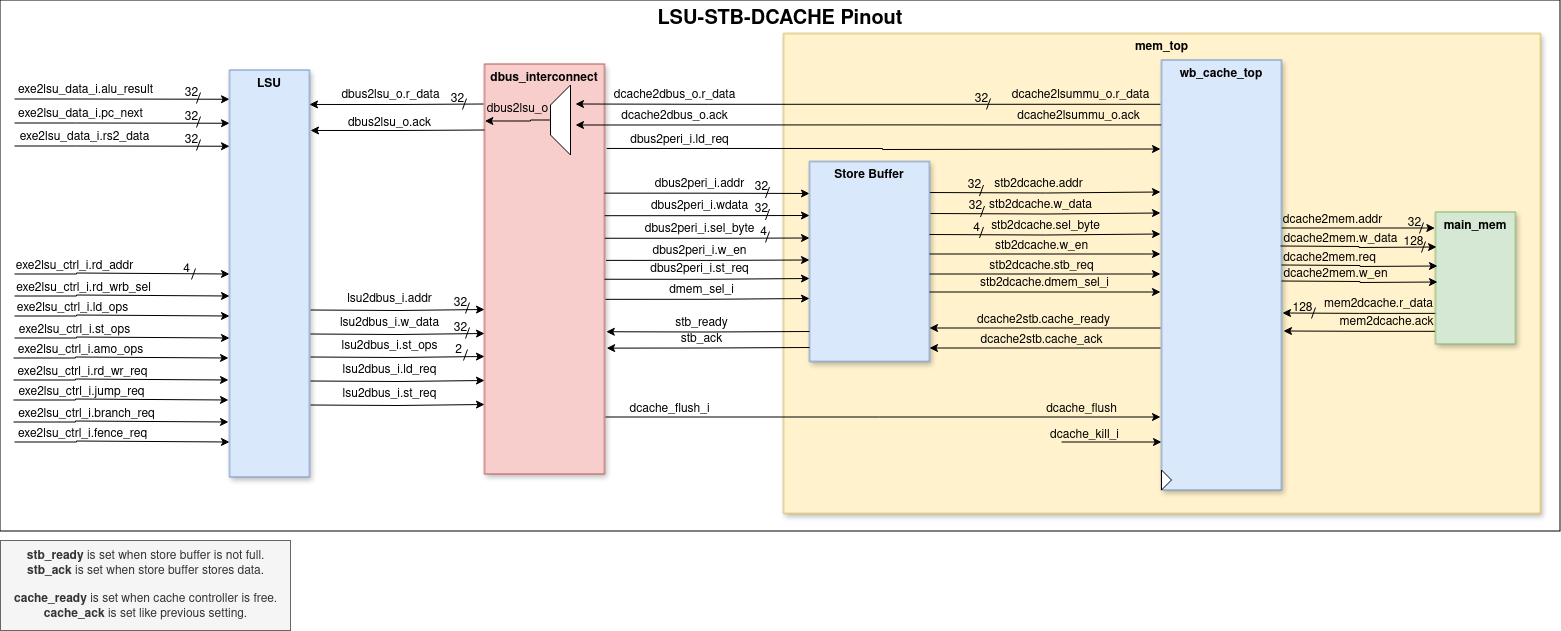
The draw.io diagram docs/pinout-lsu-stb-dcache.png in Fazail333/Store-Buffer, before a commit. Source tidied: cells renumbered, new cells last; positions are measured from the earlier drawing's top-left corner, leaving out a move shared by most shapes.
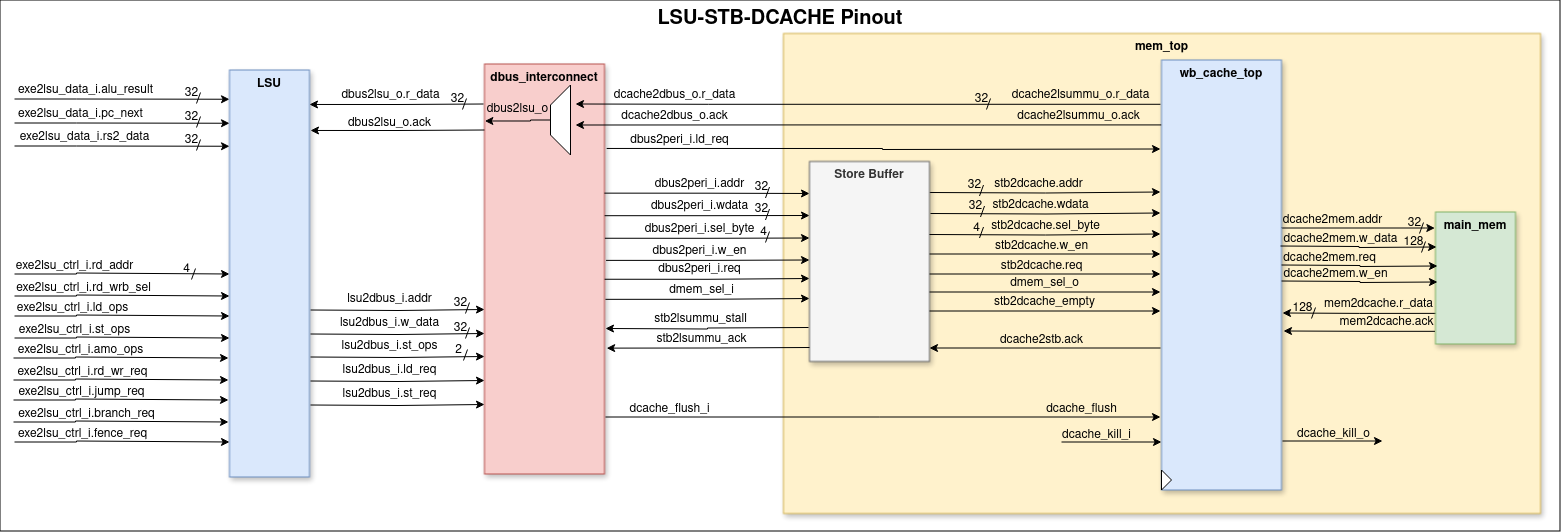
Above is the later version.

Commit message:
Added store buffer diagrams

Diff of the diagram source:
```diff
@@ -36,7 +36,7 @@
       </mxGeometry>
     </mxCell>
     <mxCell id="9" value="dcache_kill_i" style="text;html=1;align=center;verticalAlign=middle;strokeColor=none;fillColor=none;" parent="1" vertex="1">
-      <mxGeometry x="1039" y="419.5" width="90" height="30" as="geometry" />
+      <mxGeometry x="1051" y="419.5" width="90" height="30" as="geometry" />
     </mxCell>
     <mxCell id="10" style="edgeStyle=orthogonalEdgeStyle;rounded=0;jettySize=auto;html=1;exitX=1;exitY=0.5;exitDx=0;exitDy=0;entryX=-0.008;entryY=0.122;entryDx=0;entryDy=0;entryPerimeter=0;" parent="1" edge="1" target="64">
       <mxGeometry relative="1" as="geometry">
@@ -483,7 +483,7 @@
         <mxPoint x="1160" y="191.5" as="targetPoint" />
       </mxGeometry>
     </mxCell>
-    <mxCell id="99" value="Store Buffer" style="rounded=0;whiteSpace=wrap;html=1;verticalAlign=top;fontStyle=1;fillColor=#dae8fc;strokeColor=#6c8ebf;shadow=1;" parent="1" vertex="1">
+    <mxCell id="99" value="Store Buffer" style="rounded=0;whiteSpace=wrap;html=1;verticalAlign=top;fontStyle=1;fillColor=#f5f5f5;strokeColor=#666666;shadow=1;fontColor=#333333;" parent="1" vertex="1">
       <mxGeometry x="809" y="161" width="120" height="200" as="geometry" />
     </mxCell>
     <mxCell id="100" value="dbus2peri_i.addr" style="text;html=1;align=center;verticalAlign=middle;strokeColor=none;fillColor=none;" parent="1" vertex="1">
@@ -545,8 +545,8 @@
         <mxPoint x="809" y="278" as="targetPoint" />
       </mxGeometry>
     </mxCell>
-    <mxCell id="114" value="dbus2peri_i.st_req" style="text;html=1;align=center;verticalAlign=middle;strokeColor=none;fillColor=none;" parent="1" vertex="1">
-      <mxGeometry x="639" y="254" width="120" height="30" as="geometry" />
+    <mxCell id="114" value="dbus2peri_i.req" style="text;html=1;align=center;verticalAlign=middle;strokeColor=none;fillColor=none;" parent="1" vertex="1">
+      <mxGeometry x="644" y="254" width="110" height="30" as="geometry" />
     </mxCell>
     <mxCell id="115" style="edgeStyle=orthogonalEdgeStyle;rounded=0;jettySize=auto;html=1;entryX=0;entryY=0.25;entryDx=0;entryDy=0;exitX=1.008;exitY=0.574;exitDx=0;exitDy=0;exitPerimeter=0;" parent="1" edge="1" source="3">
       <mxGeometry relative="1" as="geometry">
@@ -556,21 +556,13 @@
     <mxCell id="116" value="dcache_flush_i" style="text;html=1;align=center;verticalAlign=middle;strokeColor=none;fillColor=none;" parent="1" vertex="1">
       <mxGeometry x="619" y="393.5" width="100" height="30" as="geometry" />
     </mxCell>
-    <mxCell id="117" style="edgeStyle=orthogonalEdgeStyle;rounded=0;jettySize=auto;html=1;entryX=1.015;entryY=0.653;entryDx=0;entryDy=0;entryPerimeter=0;" parent="1" edge="1" target="3">
-      <mxGeometry relative="1" as="geometry">
-        <mxPoint x="809" y="331" as="sourcePoint" />
-      </mxGeometry>
-    </mxCell>
-    <mxCell id="118" value="stb_ready" style="text;html=1;align=center;verticalAlign=middle;strokeColor=none;fillColor=none;" parent="1" vertex="1">
-      <mxGeometry x="661" y="308" width="80" height="30" as="geometry" />
-    </mxCell>
     <mxCell id="119" style="edgeStyle=orthogonalEdgeStyle;rounded=0;jettySize=auto;html=1;entryX=1.018;entryY=0.693;entryDx=0;entryDy=0;entryPerimeter=0;" parent="1" edge="1" target="3">
       <mxGeometry relative="1" as="geometry">
         <mxPoint x="809" y="347" as="sourcePoint" />
       </mxGeometry>
     </mxCell>
-    <mxCell id="120" value="stb_ack" style="text;html=1;align=center;verticalAlign=middle;strokeColor=none;fillColor=none;" parent="1" vertex="1">
-      <mxGeometry x="671" y="324" width="60" height="30" as="geometry" />
+    <mxCell id="120" value="stb2lsummu_ack" style="text;html=1;align=center;verticalAlign=middle;strokeColor=none;fillColor=none;" parent="1" vertex="1">
+      <mxGeometry x="646" y="324" width="110" height="30" as="geometry" />
     </mxCell>
     <mxCell id="121" value="stb2dcache.addr" style="text;html=1;align=center;verticalAlign=middle;strokeColor=none;fillColor=none;" parent="1" vertex="1">
       <mxGeometry x="983" y="169" width="110" height="30" as="geometry" />
@@ -590,8 +582,8 @@
         <mxPoint x="1160" y="212.5" as="targetPoint" />
       </mxGeometry>
     </mxCell>
-    <mxCell id="125" value="stb2dcache.w_data" style="text;html=1;align=center;verticalAlign=middle;strokeColor=none;fillColor=none;" parent="1" vertex="1">
-      <mxGeometry x="975" y="190" width="130" height="30" as="geometry" />
+    <mxCell id="125" value="stb2dcache.wdata" style="text;html=1;align=center;verticalAlign=middle;strokeColor=none;fillColor=none;" parent="1" vertex="1">
+      <mxGeometry x="980" y="190" width="120" height="30" as="geometry" />
     </mxCell>
     <mxCell id="126" style="endArrow=none;html=1;rounded=0;" parent="1" edge="1">
       <mxGeometry relative="1" as="geometry">
@@ -635,8 +627,8 @@
         <mxPoint x="1160" y="273.5" as="targetPoint" />
       </mxGeometry>
     </mxCell>
-    <mxCell id="135" value="stb2dcache.stb_req" style="text;html=1;align=center;verticalAlign=middle;strokeColor=none;fillColor=none;" parent="1" vertex="1">
-      <mxGeometry x="976" y="250.5" width="130" height="30" as="geometry" />
+    <mxCell id="135" value="stb2dcache.req" style="text;html=1;align=center;verticalAlign=middle;strokeColor=none;fillColor=none;" parent="1" vertex="1">
+      <mxGeometry x="986" y="250.5" width="110" height="30" as="geometry" />
     </mxCell>
     <mxCell id="136" style="edgeStyle=orthogonalEdgeStyle;rounded=0;orthogonalLoop=1;jettySize=auto;html=1;exitX=1;exitY=0.25;exitDx=0;exitDy=0;" parent="1" edge="1">
       <mxGeometry relative="1" as="geometry">
@@ -644,26 +636,17 @@
         <mxPoint x="1160" y="291.5" as="targetPoint" />
       </mxGeometry>
     </mxCell>
-    <mxCell id="137" value="stb2dcache.dmem_sel_i" style="text;html=1;align=center;verticalAlign=middle;strokeColor=none;fillColor=none;" parent="1" vertex="1">
-      <mxGeometry x="969" y="267.5" width="150" height="30" as="geometry" />
+    <mxCell id="137" value="dmem_sel_o" style="text;html=1;align=center;verticalAlign=middle;strokeColor=none;fillColor=none;" parent="1" vertex="1">
+      <mxGeometry x="999" y="267.5" width="90" height="30" as="geometry" />
     </mxCell>
-    <mxCell id="138" style="edgeStyle=orthogonalEdgeStyle;rounded=0;orthogonalLoop=1;jettySize=auto;html=1;" parent="1" edge="1">
-      <mxGeometry relative="1" as="geometry">
-        <mxPoint x="1160" y="327.5" as="sourcePoint" />
-        <mxPoint x="929" y="327.5" as="targetPoint" />
-      </mxGeometry>
-    </mxCell>
-    <mxCell id="139" value="dcache2stb.cache_ready" style="text;html=1;align=center;verticalAlign=middle;strokeColor=none;fillColor=none;" parent="1" vertex="1">
-      <mxGeometry x="963" y="304.5" width="160" height="30" as="geometry" />
-    </mxCell>
     <mxCell id="140" style="edgeStyle=orthogonalEdgeStyle;rounded=0;orthogonalLoop=1;jettySize=auto;html=1;" parent="1" edge="1">
       <mxGeometry relative="1" as="geometry">
         <mxPoint x="1160" y="347.5" as="sourcePoint" />
         <mxPoint x="929" y="347.5" as="targetPoint" />
       </mxGeometry>
     </mxCell>
-    <mxCell id="141" value="dcache2stb.cache_ack" style="text;html=1;align=center;verticalAlign=middle;strokeColor=none;fillColor=none;" parent="1" vertex="1">
-      <mxGeometry x="966" y="324.5" width="150" height="30" as="geometry" />
+    <mxCell id="141" value="dcache2stb.ack" style="text;html=1;align=center;verticalAlign=middle;strokeColor=none;fillColor=none;" parent="1" vertex="1">
+      <mxGeometry x="986" y="324.5" width="110" height="30" as="geometry" />
     </mxCell>
     <mxCell id="142" style="edgeStyle=orthogonalEdgeStyle;rounded=0;jettySize=auto;html=1;exitX=1.018;exitY=0.206;exitDx=0;exitDy=0;exitPerimeter=0;" parent="1" edge="1" source="3">
       <mxGeometry relative="1" as="geometry">
@@ -673,8 +656,35 @@
     <mxCell id="143" value="dbus2peri_i.ld_req" style="text;html=1;align=center;verticalAlign=middle;strokeColor=none;fillColor=none;" parent="1" vertex="1">
       <mxGeometry x="619" y="124.5" width="120" height="30" as="geometry" />
     </mxCell>
-    <mxCell id="144" value="&lt;div&gt;&lt;b&gt;stb_ready&lt;/b&gt; is set when store buffer is not full.&lt;/div&gt;&lt;div&gt;&lt;b&gt;stb_ack&lt;/b&gt; is set when store buffer stores data.&lt;/div&gt;&lt;div&gt;&lt;br&gt;&lt;/div&gt;&lt;div&gt;&lt;b&gt;cache_ready&lt;/b&gt; is set when cache controller is free.&lt;/div&gt;&lt;div&gt;&lt;b&gt;cache_ack&lt;/b&gt; is set like previous setting.&lt;br&gt;&lt;/div&gt;" style="text;html=1;align=center;verticalAlign=middle;fillColor=#f5f5f5;fontColor=#333333;strokeColor=#666666;" parent="1" vertex="1">
-      <mxGeometry y="540" width="290" height="90" as="geometry" />
-    </mxCell>
+    <mxCell id="145" style="edgeStyle=orthogonalEdgeStyle;rounded=0;orthogonalLoop=1;jettySize=auto;html=1;entryX=1.018;entryY=0.693;entryDx=0;entryDy=0;entryPerimeter=0;" parent="1" edge="1">
+      <mxGeometry relative="1" as="geometry">
+        <mxPoint x="808" y="327" as="sourcePoint" />
+        <mxPoint x="605" y="328" as="targetPoint" />
+      </mxGeometry>
+    </mxCell>
+    <mxCell id="146" value="stb2lsummu_stall" style="text;html=1;align=center;verticalAlign=middle;strokeColor=none;fillColor=none;" parent="1" vertex="1">
+      <mxGeometry x="640" y="304" width="120" height="30" as="geometry" />
+    </mxCell>
+    <mxCell id="147" style="edgeStyle=orthogonalEdgeStyle;rounded=0;orthogonalLoop=1;jettySize=auto;html=1;exitX=1;exitY=0.25;exitDx=0;exitDy=0;" parent="1" edge="1">
+      <mxGeometry relative="1" as="geometry">
+        <mxPoint x="929" y="310.5" as="sourcePoint" />
+        <mxPoint x="1160" y="310.5" as="targetPoint" />
+      </mxGeometry>
+    </mxCell>
+    <mxCell id="148" value="stb2dcache_empty" style="text;html=1;align=center;verticalAlign=middle;strokeColor=none;fillColor=none;" parent="1" vertex="1">
+      <mxGeometry x="984" y="286.5" width="120" height="30" as="geometry" />
+    </mxCell>
+    <mxCell id="149" style="edgeStyle=orthogonalEdgeStyle;rounded=0;orthogonalLoop=1;jettySize=auto;html=1;entryX=0;entryY=0.75;entryDx=0;entryDy=0;" parent="1" edge="1">
+      <mxGeometry relative="1" as="geometry">
+        <mxPoint x="1282" y="440.5" as="sourcePoint" />
+        <mxPoint x="1382" y="440.5" as="targetPoint" />
+        <Array as="points">
+          <mxPoint x="1282" y="440.5" />
+        </Array>
+      </mxGeometry>
+    </mxCell>
+    <mxCell id="150" value="dcache_kill_o" style="text;html=1;align=center;verticalAlign=middle;strokeColor=none;fillColor=none;" parent="1" vertex="1">
+      <mxGeometry x="1283" y="418.5" width="100" height="30" as="geometry" />
+    </mxCell>
   </root>
 </mxGraphModel>
```
